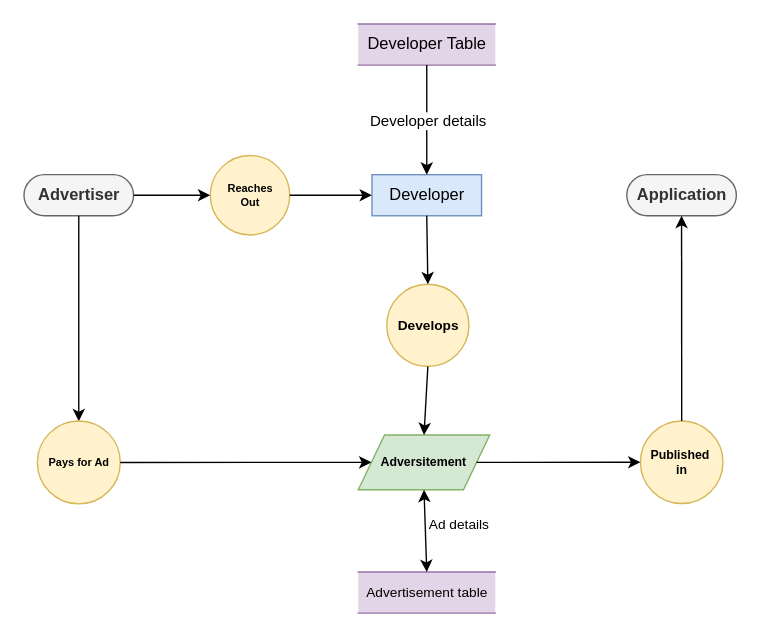
This is dfd_2.drawio from Charan-Patnaik/dmdd, a draw.io file, before an edit. Source tidied: cells renumbered, new cells numbered last; positions are measured from the earlier drawing's top-left corner, leaving out a move shared by most shapes. Both pictures are drawn from the tidied source at 137%, with x=0, y=0 at pixel (23, 23).
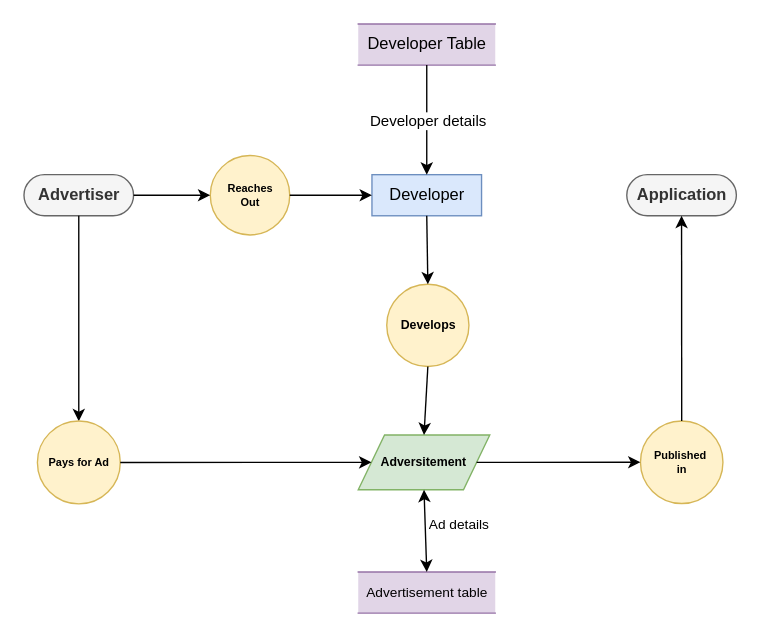
After the change.

What changed in the source:
```diff
@@
-    <mxCell id="12" value="Develops" style="shape=ellipse;html=1;dashed=0;whitespace=wrap;perimeter=ellipsePerimeter;fontSize=10;fontStyle=1;fillColor=#fff2cc;strokeColor=#d6b656;" parent="1" vertex="1">
+    <mxCell id="12" value="Develops" style="shape=ellipse;html=1;dashed=0;whitespace=wrap;perimeter=ellipsePerimeter;fontSize=9;fontStyle=1;fillColor=#fff2cc;strokeColor=#d6b656;" parent="1" vertex="1">
       <mxGeometry x="264.8" y="190" width="60" height="60" as="geometry" />
     </mxCell>
@@
-    <mxCell id="15" value="Published&amp;nbsp;&lt;br style=&quot;font-size: 9px;&quot;&gt;in" style="shape=ellipse;html=1;dashed=0;whitespace=wrap;perimeter=ellipsePerimeter;fontSize=9;fontStyle=1;fillColor=#fff2cc;strokeColor=#d6b656;" parent="1" vertex="1">
+    <mxCell id="15" value="Published&amp;nbsp;&lt;br style=&quot;font-size: 8px;&quot;&gt;in" style="shape=ellipse;html=1;dashed=0;whitespace=wrap;perimeter=ellipsePerimeter;fontSize=8;fontStyle=1;fillColor=#fff2cc;strokeColor=#d6b656;" parent="1" vertex="1">
       <mxGeometry x="450" y="289.8" width="60.2" height="60.2" as="geometry" />
     </mxCell>
```
